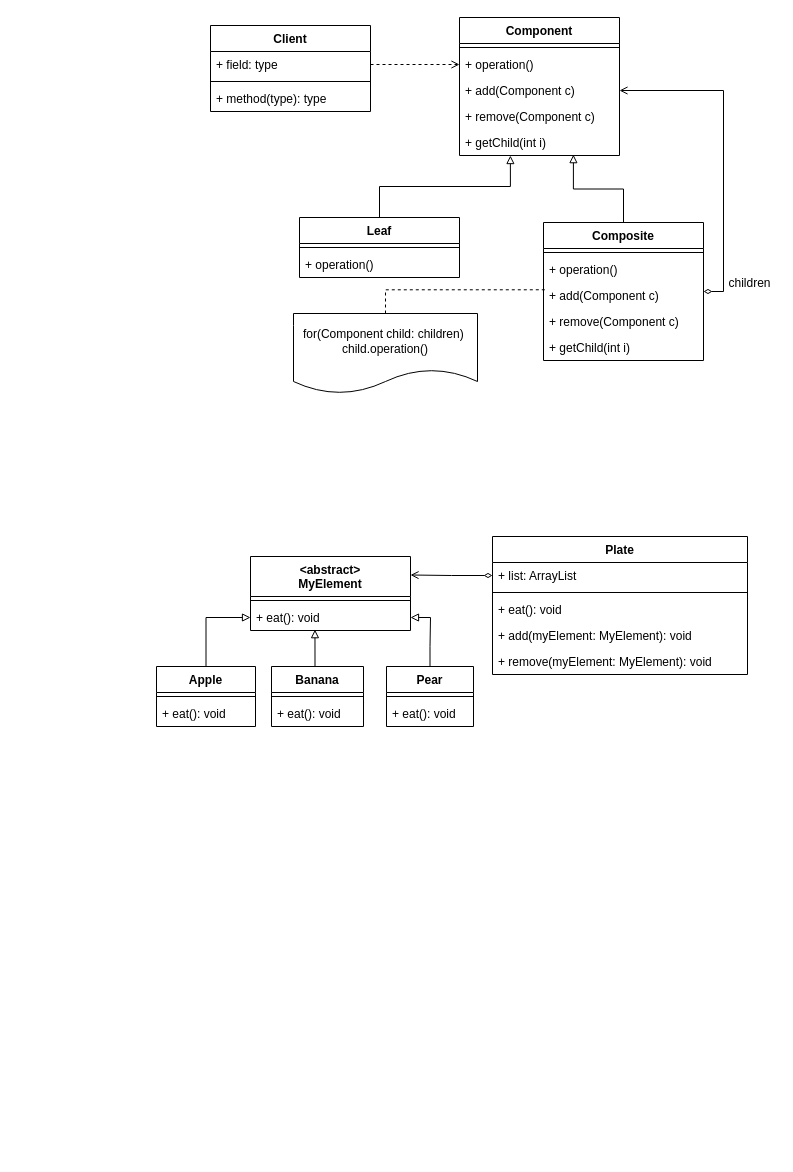
xiaou66/xiaou66-xiaou_blog keeps this draw.io diagram as page "组合模式" (3 of 7) of source/_posts/designMode/draw/结构型模式.drawio. Above is the earlier version. Source tidied: cells renumbered, new cells numbered last; positions are measured from the earlier drawing's top-left corner, leaving out a move shared by most shapes. Both pictures are drawn from the tidied source at 100%, with x=0, y=0 at pixel (156, 17).
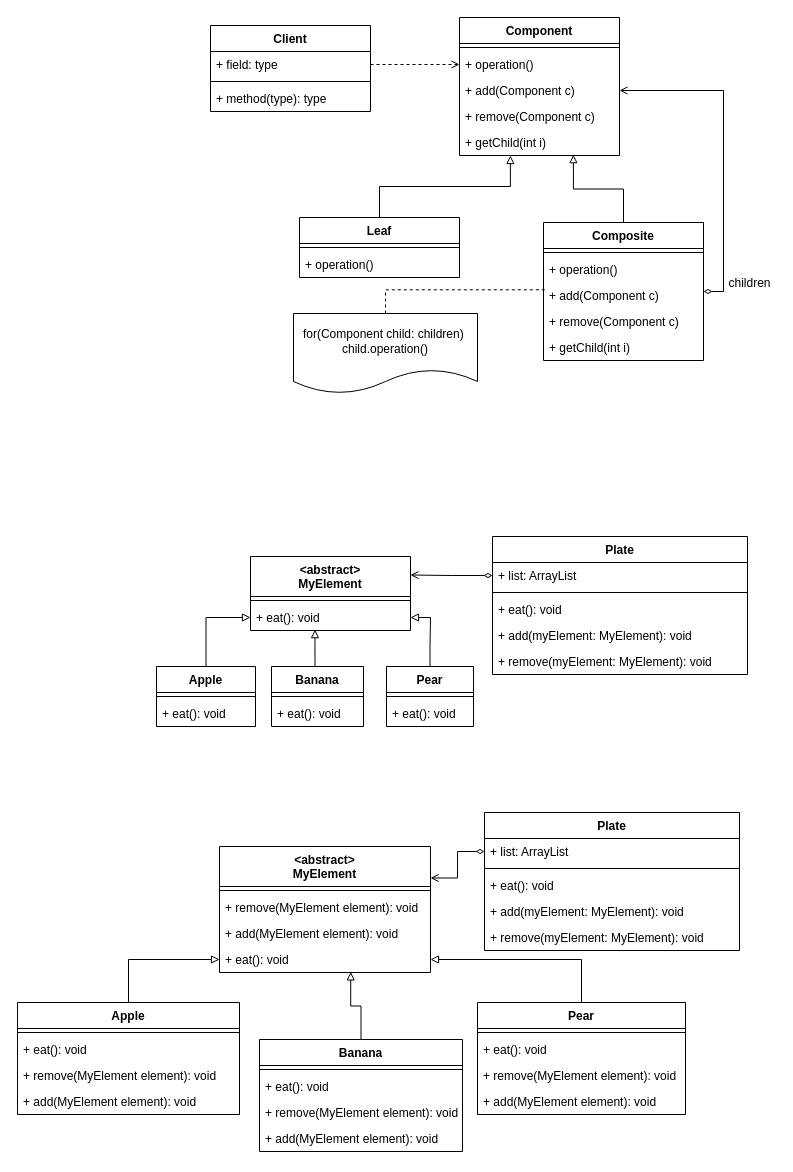
The same page after the edit.

What changed in the source:
```diff
@@
+    <mxCell id="50" value="&lt;abstract&gt;&#10;MyElement" style="swimlane;fontStyle=1;align=center;verticalAlign=top;horizontal=1;startSize=40;" parent="1" vertex="1">
+      <mxGeometry x="63" y="829" width="211" height="126" as="geometry" />
+    </mxCell>
+    <mxCell id="51" style="line;strokeWidth=1;fillColor=none;align=left;verticalAlign=middle;spacingTop=-1;spacingLeft=3;spacingRight=3;labelPosition=right;" parent="50" vertex="1">
+      <mxGeometry y="40" width="211" height="8" as="geometry" />
+    </mxCell>
+    <mxCell id="52" value="+ remove(MyElement element): void" style="text;strokeColor=none;fillColor=none;align=left;verticalAlign=top;spacingLeft=4;spacingRight=4;overflow=hidden;" parent="50" vertex="1">
+      <mxGeometry y="48" width="211" height="26" as="geometry" />
+    </mxCell>
+    <mxCell id="53" value="+ add(MyElement element): void" style="text;strokeColor=none;fillColor=none;align=left;verticalAlign=top;spacingLeft=4;spacingRight=4;overflow=hidden;" parent="50" vertex="1">
+      <mxGeometry y="74" width="211" height="26" as="geometry" />
+    </mxCell>
+    <mxCell id="54" value="+ eat(): void" style="text;strokeColor=none;fillColor=none;align=left;verticalAlign=top;spacingLeft=4;spacingRight=4;overflow=hidden;points=[[0,0.5],[1,0.5]];portConstraint=eastwest;" parent="50" vertex="1">
+      <mxGeometry y="100" width="211" height="26" as="geometry" />
+    </mxCell>
+    <mxCell id="55" style="edgeStyle=orthogonalEdgeStyle;rounded=0;jettySize=auto;html=1;exitX=0.5;exitY=0;exitDx=0;exitDy=0;startArrow=none;startFill=0;endArrow=block;endFill=0;" parent="1" edge="1" source="56" target="54">
+      <mxGeometry relative="1" as="geometry" />
+    </mxCell>
+    <mxCell id="56" value="Apple" style="swimlane;fontStyle=1;align=center;verticalAlign=top;horizontal=1;startSize=26;" parent="1" vertex="1">
+      <mxGeometry x="-139" y="985" width="222" height="112" as="geometry" />
+    </mxCell>
+    <mxCell id="57" style="line;strokeWidth=1;fillColor=none;align=left;verticalAlign=middle;spacingTop=-1;spacingLeft=3;spacingRight=3;labelPosition=right;" parent="56" vertex="1">
+      <mxGeometry y="26" width="222" height="8" as="geometry" />
+    </mxCell>
+    <mxCell id="58" value="+ eat(): void" style="text;strokeColor=none;fillColor=none;align=left;verticalAlign=top;spacingLeft=4;spacingRight=4;overflow=hidden;" parent="56" vertex="1">
+      <mxGeometry y="34" width="222" height="26" as="geometry" />
+    </mxCell>
+    <mxCell id="59" value="+ remove(MyElement element): void" style="text;strokeColor=none;fillColor=none;align=left;verticalAlign=top;spacingLeft=4;spacingRight=4;overflow=hidden;" parent="56" vertex="1">
+      <mxGeometry y="60" width="222" height="26" as="geometry" />
+    </mxCell>
+    <mxCell id="60" value="+ add(MyElement element): void" style="text;strokeColor=none;fillColor=none;align=left;verticalAlign=top;spacingLeft=4;spacingRight=4;overflow=hidden;" parent="56" vertex="1">
+      <mxGeometry y="86" width="222" height="26" as="geometry" />
+    </mxCell>
+    <mxCell id="61" style="edgeStyle=orthogonalEdgeStyle;rounded=0;jettySize=auto;html=1;exitX=0.5;exitY=0;exitDx=0;exitDy=0;entryX=0.622;entryY=0.977;entryDx=0;entryDy=0;entryPerimeter=0;endArrow=block;endFill=0;" parent="1" edge="1" source="62" target="54">
+      <mxGeometry relative="1" as="geometry" />
+    </mxCell>
+    <mxCell id="62" value="Banana" style="swimlane;fontStyle=1;align=center;verticalAlign=top;horizontal=1;startSize=26;" parent="1" vertex="1">
+      <mxGeometry x="103" y="1022" width="203" height="112" as="geometry" />
+    </mxCell>
+    <mxCell id="63" style="line;strokeWidth=1;fillColor=none;align=left;verticalAlign=middle;spacingTop=-1;spacingLeft=3;spacingRight=3;labelPosition=right;" parent="62" vertex="1">
+      <mxGeometry y="26" width="203" height="8" as="geometry" />
+    </mxCell>
+    <mxCell id="64" value="+ eat(): void" style="text;strokeColor=none;fillColor=none;align=left;verticalAlign=top;spacingLeft=4;spacingRight=4;overflow=hidden;" parent="62" vertex="1">
+      <mxGeometry y="34" width="203" height="26" as="geometry" />
+    </mxCell>
+    <mxCell id="65" value="+ remove(MyElement element): void" style="text;strokeColor=none;fillColor=none;align=left;verticalAlign=top;spacingLeft=4;spacingRight=4;overflow=hidden;" parent="62" vertex="1">
+      <mxGeometry y="60" width="203" height="26" as="geometry" />
+    </mxCell>
+    <mxCell id="66" value="+ add(MyElement element): void" style="text;strokeColor=none;fillColor=none;align=left;verticalAlign=top;spacingLeft=4;spacingRight=4;overflow=hidden;" parent="62" vertex="1">
+      <mxGeometry y="86" width="203" height="26" as="geometry" />
+    </mxCell>
+    <mxCell id="67" style="edgeStyle=orthogonalEdgeStyle;rounded=0;jettySize=auto;html=1;exitX=0.5;exitY=0;exitDx=0;exitDy=0;entryX=1;entryY=0.5;entryDx=0;entryDy=0;endArrow=block;endFill=0;" parent="1" edge="1" source="68" target="54">
+      <mxGeometry relative="1" as="geometry" />
+    </mxCell>
+    <mxCell id="68" value="Pear" style="swimlane;fontStyle=1;align=center;verticalAlign=top;horizontal=1;startSize=26;" parent="1" vertex="1">
+      <mxGeometry x="321" y="985" width="208" height="112" as="geometry" />
+    </mxCell>
+    <mxCell id="69" style="line;strokeWidth=1;fillColor=none;align=left;verticalAlign=middle;spacingTop=-1;spacingLeft=3;spacingRight=3;labelPosition=right;" parent="68" vertex="1">
+      <mxGeometry y="26" width="208" height="8" as="geometry" />
+    </mxCell>
+    <mxCell id="70" value="+ eat(): void" style="text;strokeColor=none;fillColor=none;align=left;verticalAlign=top;spacingLeft=4;spacingRight=4;overflow=hidden;" parent="68" vertex="1">
+      <mxGeometry y="34" width="208" height="26" as="geometry" />
+    </mxCell>
+    <mxCell id="71" value="+ remove(MyElement element): void" style="text;strokeColor=none;fillColor=none;align=left;verticalAlign=top;spacingLeft=4;spacingRight=4;overflow=hidden;" parent="68" vertex="1">
+      <mxGeometry y="60" width="208" height="26" as="geometry" />
+    </mxCell>
+    <mxCell id="72" value="+ add(MyElement element): void" style="text;strokeColor=none;fillColor=none;align=left;verticalAlign=top;spacingLeft=4;spacingRight=4;overflow=hidden;" parent="68" vertex="1">
+      <mxGeometry y="86" width="208" height="26" as="geometry" />
+    </mxCell>
+    <mxCell id="73" value="Plate" style="swimlane;fontStyle=1;align=center;verticalAlign=top;horizontal=1;startSize=26;" parent="1" vertex="1">
+      <mxGeometry x="328" y="795" width="255" height="138" as="geometry" />
+    </mxCell>
+    <mxCell id="74" value="+ list: ArrayList" style="text;strokeColor=none;fillColor=none;align=left;verticalAlign=top;spacingLeft=4;spacingRight=4;overflow=hidden;points=[[0,0.5],[1,0.5]];portConstraint=eastwest;" parent="73" vertex="1">
+      <mxGeometry y="26" width="255" height="26" as="geometry" />
+    </mxCell>
+    <mxCell id="75" style="line;strokeWidth=1;fillColor=none;align=left;verticalAlign=middle;spacingTop=-1;spacingLeft=3;spacingRight=3;labelPosition=right;" parent="73" vertex="1">
+      <mxGeometry y="52" width="255" height="8" as="geometry" />
+    </mxCell>
+    <mxCell id="76" value="+ eat(): void" style="text;strokeColor=none;fillColor=none;align=left;verticalAlign=top;spacingLeft=4;spacingRight=4;overflow=hidden;" parent="73" vertex="1">
+      <mxGeometry y="60" width="255" height="26" as="geometry" />
+    </mxCell>
+    <mxCell id="77" value="+ add(myElement: MyElement): void" style="text;strokeColor=none;fillColor=none;align=left;verticalAlign=top;spacingLeft=4;spacingRight=4;overflow=hidden;" parent="73" vertex="1">
+      <mxGeometry y="86" width="255" height="26" as="geometry" />
+    </mxCell>
+    <mxCell id="78" value="+ remove(myElement: MyElement): void" style="text;strokeColor=none;fillColor=none;align=left;verticalAlign=top;spacingLeft=4;spacingRight=4;overflow=hidden;" parent="73" vertex="1">
+      <mxGeometry y="112" width="255" height="26" as="geometry" />
+    </mxCell>
+    <mxCell id="79" style="edgeStyle=orthogonalEdgeStyle;rounded=0;jettySize=auto;html=1;exitX=0;exitY=0.5;exitDx=0;exitDy=0;entryX=1;entryY=0.25;entryDx=0;entryDy=0;startArrow=diamondThin;startFill=0;endArrow=open;endFill=0;" parent="1" edge="1" source="74" target="50">
+      <mxGeometry relative="1" as="geometry" />
+    </mxCell>
```
